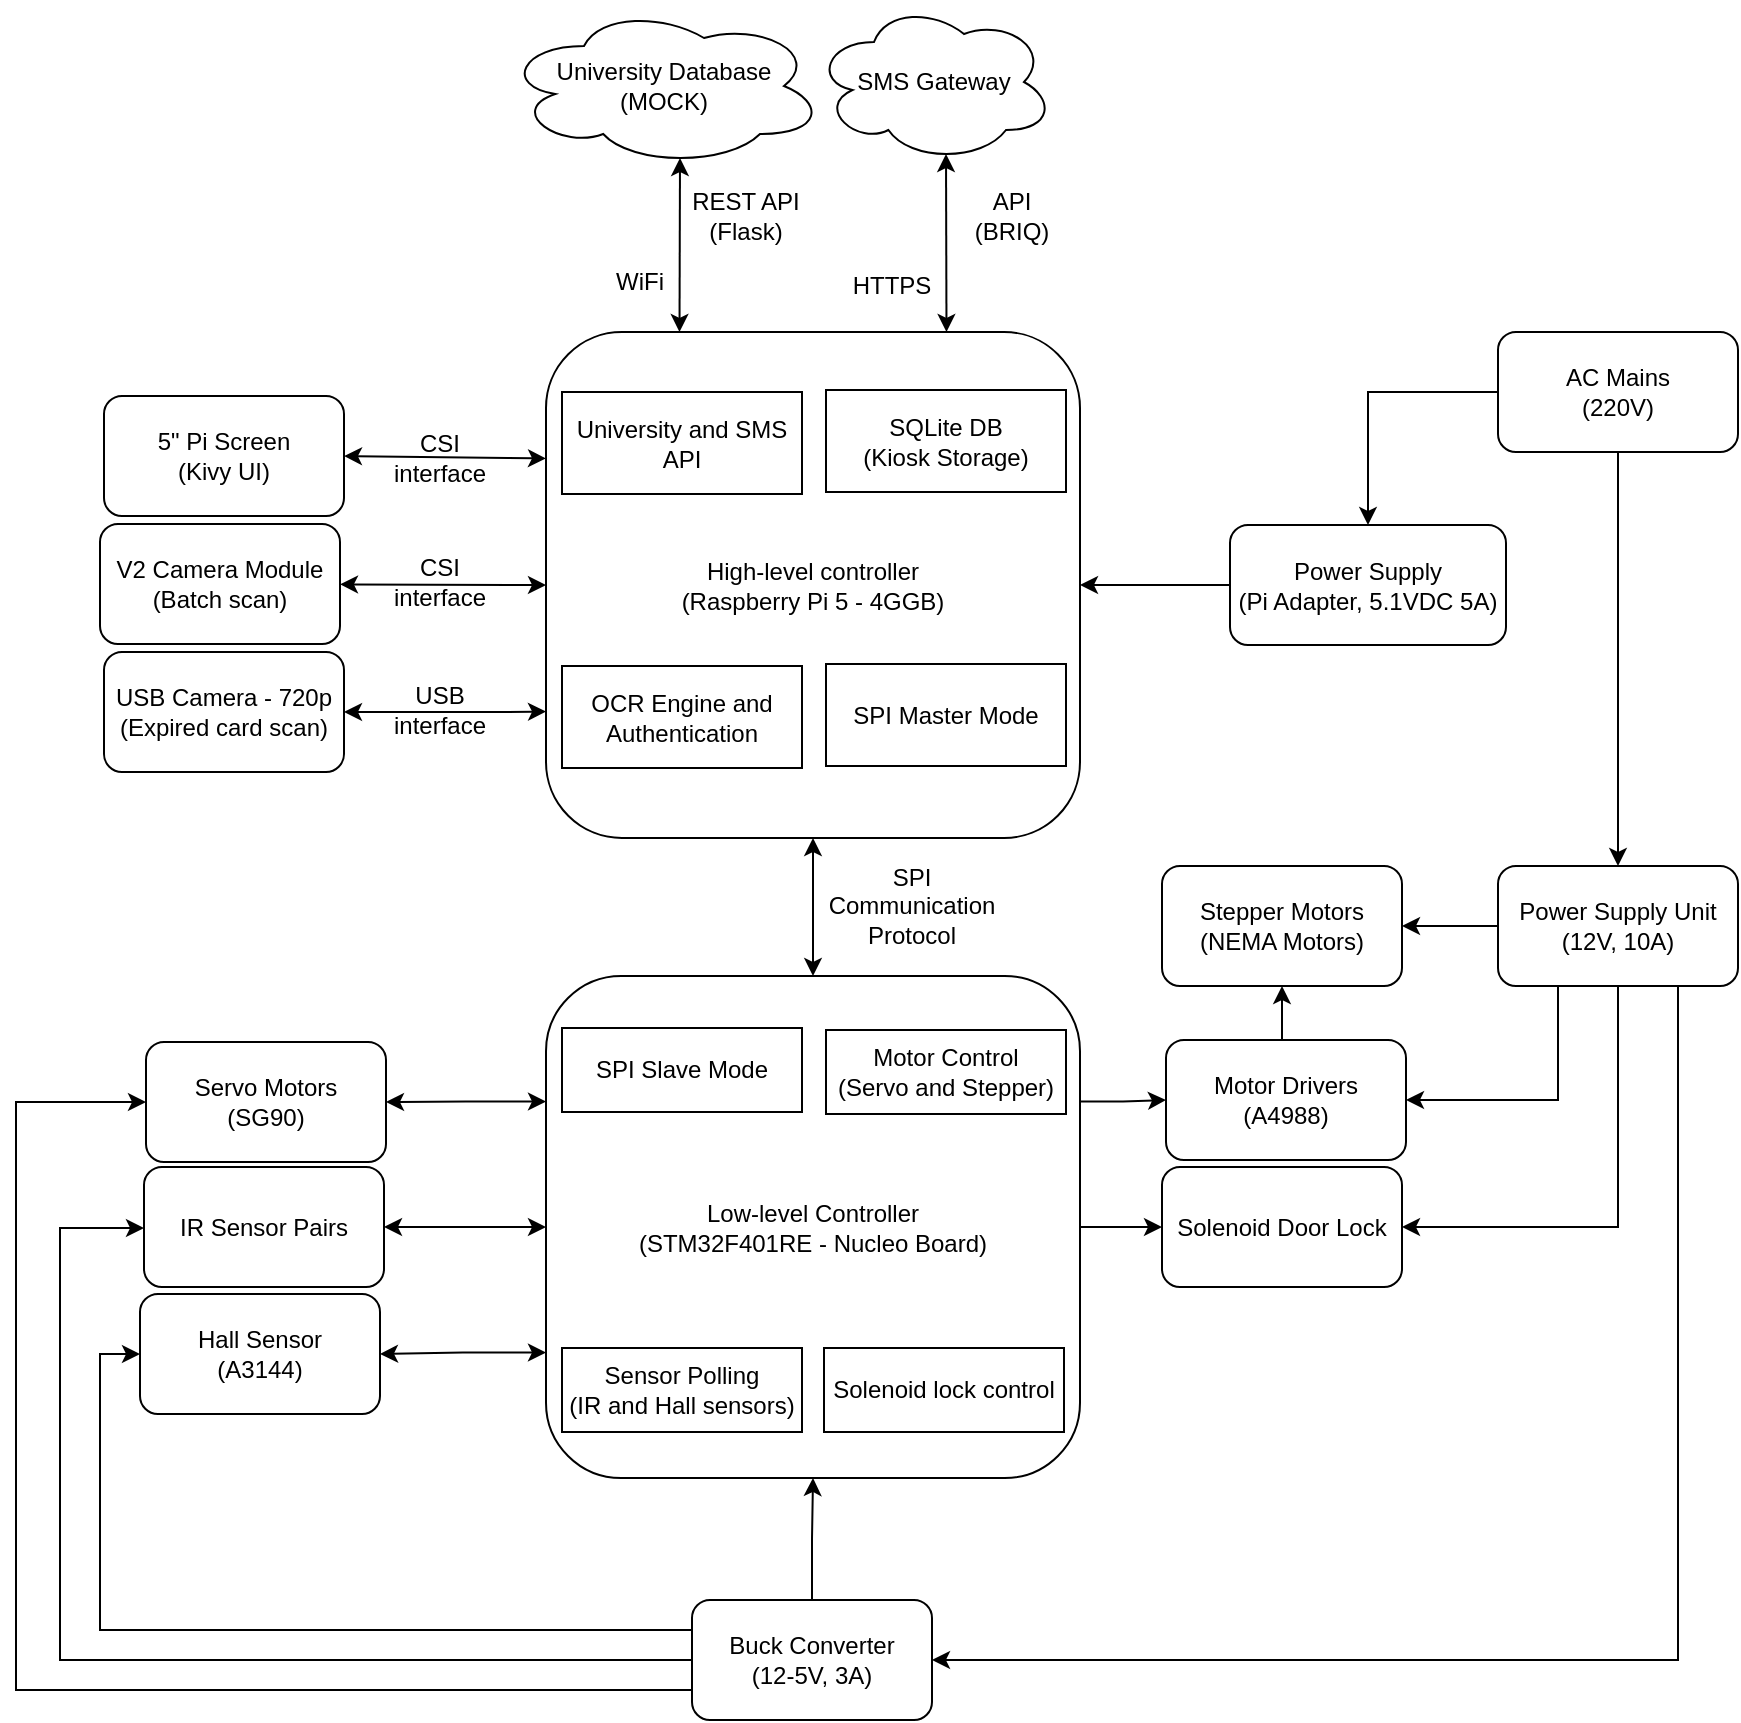
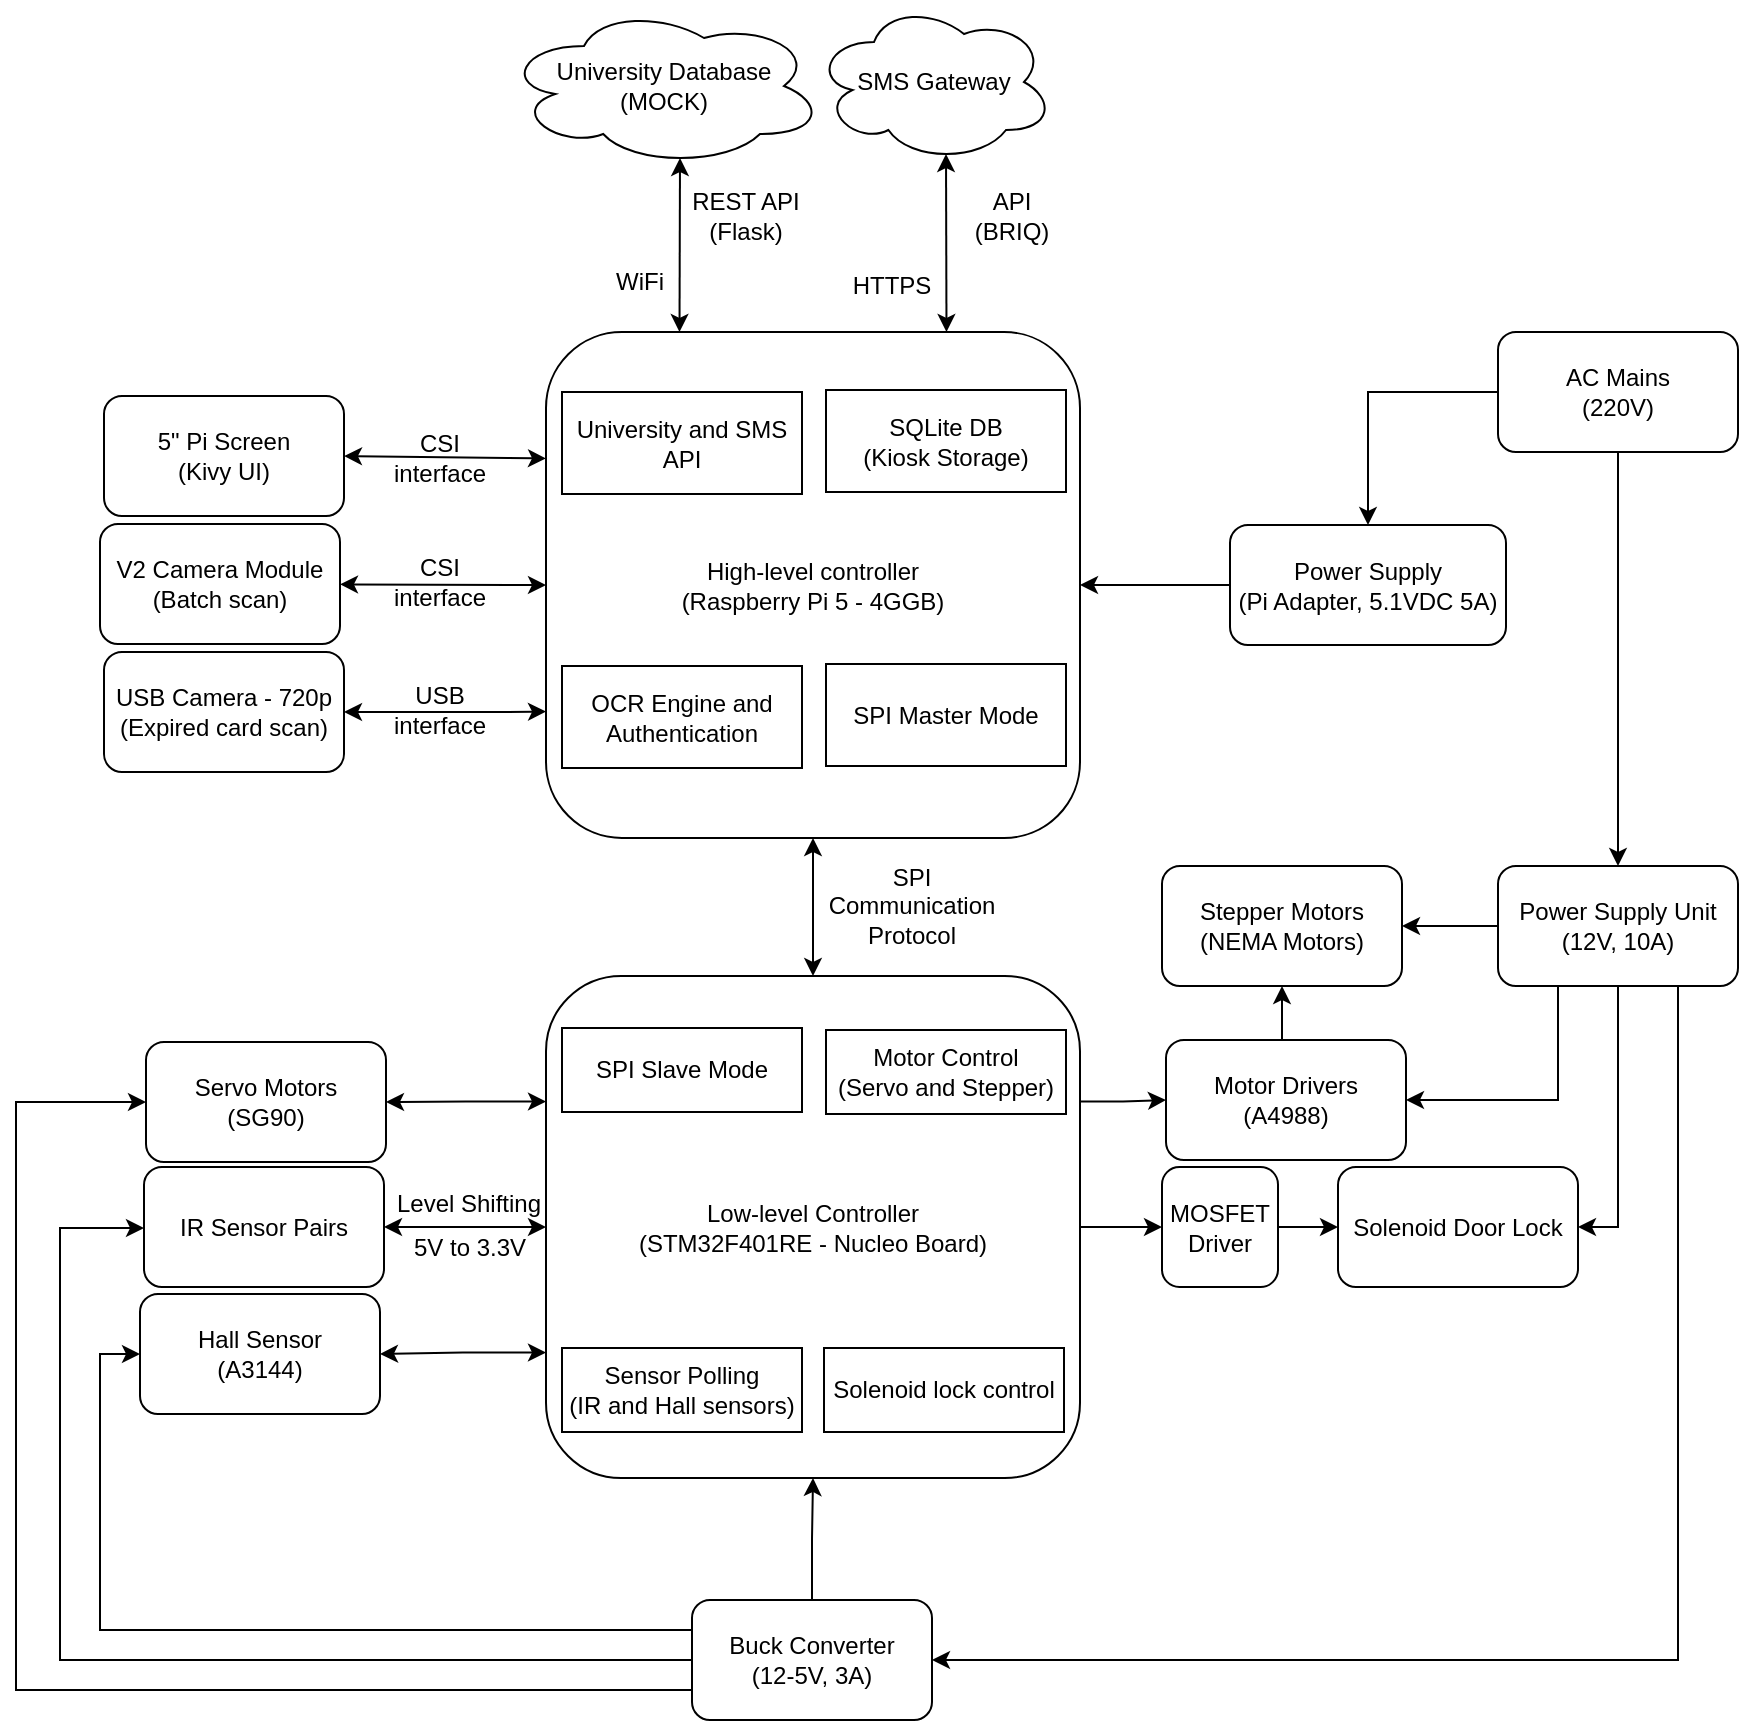
<mxfile host="app.diagrams.net" agent="Mozilla/5.0 (X11; Ubuntu; Linux x86_64; rv:149.0) Gecko/20100101 Firefox/149.0">
  <diagram name="Page-1" id="mYuc8prQHcMQJXzWvvm3">
-     <mxGraphModel dx="1563" dy="1734" grid="1" gridSize="1" guides="1" tooltips="1" connect="1" arrows="1" fold="1" page="1" pageScale="1" pageWidth="1169" pageHeight="827" math="0" shadow="0">
+     <mxGraphModel dx="1287" dy="1574" grid="1" gridSize="1" guides="1" tooltips="1" connect="1" arrows="1" fold="1" page="1" pageScale="1" pageWidth="1169" pageHeight="827" math="0" shadow="0">
      <root>
        <mxCell id="0" />
        <mxCell id="1" parent="0" />
        <mxCell id="GvGBzjtlAZ09NPVF7C73-2" parent="1" style="whiteSpace=wrap;html=1;rounded=1;align=center;" value="&lt;div align=&quot;center&quot;&gt;High-level controller&lt;br&gt;&lt;div&gt;(Raspberry Pi 5 - 4GGB)&lt;/div&gt;&lt;/div&gt;" vertex="1">
          <mxGeometry height="253" width="267" x="1001" y="-468" as="geometry" />
        </mxCell>
        <mxCell id="GvGBzjtlAZ09NPVF7C73-4" parent="1" style="ellipse;shape=cloud;whiteSpace=wrap;html=1;" value="University Database&lt;br&gt;(MOCK)" vertex="1">
          <mxGeometry height="80" width="160" x="980" y="-631" as="geometry" />
        </mxCell>
        <mxCell id="GvGBzjtlAZ09NPVF7C73-6" parent="1" style="text;html=1;whiteSpace=wrap;strokeColor=none;fillColor=none;align=center;verticalAlign=middle;rounded=0;" value="&lt;div&gt;REST API&lt;/div&gt;&lt;div&gt;(Flask)&lt;/div&gt;" vertex="1">
          <mxGeometry height="30" width="60" x="1071" y="-541" as="geometry" />
        </mxCell>
        <mxCell id="GvGBzjtlAZ09NPVF7C73-7" parent="1" style="text;html=1;whiteSpace=wrap;strokeColor=none;fillColor=none;align=center;verticalAlign=middle;rounded=0;" value="&lt;div&gt;WiFi&lt;/div&gt;" vertex="1">
          <mxGeometry height="30" width="60" x="1018" y="-508" as="geometry" />
        </mxCell>
        <mxCell id="GvGBzjtlAZ09NPVF7C73-8" parent="1" style="rounded=1;whiteSpace=wrap;html=1;" value="&lt;div&gt;5&quot; Pi Screen&lt;/div&gt;&lt;div&gt;(Kivy UI)&lt;/div&gt;" vertex="1">
          <mxGeometry height="60" width="120" x="780" y="-436" as="geometry" />
        </mxCell>
        <mxCell id="GvGBzjtlAZ09NPVF7C73-9" parent="1" style="rounded=1;whiteSpace=wrap;html=1;" value="V2 Camera Module&lt;br&gt;&lt;div&gt;(Batch scan)&lt;/div&gt;" vertex="1">
          <mxGeometry height="60" width="120" x="778" y="-372" as="geometry" />
        </mxCell>
        <mxCell id="GvGBzjtlAZ09NPVF7C73-10" parent="1" style="rounded=1;whiteSpace=wrap;html=1;" value="&lt;div&gt;USB Camera - 720p&lt;/div&gt;&lt;div&gt;(Expired card scan)&lt;/div&gt;" vertex="1">
          <mxGeometry height="60" width="120" x="780" y="-308" as="geometry" />
        </mxCell>
        <mxCell id="GvGBzjtlAZ09NPVF7C73-18" parent="1" style="text;html=1;whiteSpace=wrap;strokeColor=none;fillColor=none;align=center;verticalAlign=middle;rounded=0;" value="&lt;div&gt;USB interface&lt;/div&gt;" vertex="1">
          <mxGeometry height="30" width="60" x="918" y="-294" as="geometry" />
        </mxCell>
        <mxCell id="GvGBzjtlAZ09NPVF7C73-19" parent="1" style="text;html=1;whiteSpace=wrap;strokeColor=none;fillColor=none;align=center;verticalAlign=middle;rounded=0;" value="CSI interface" vertex="1">
          <mxGeometry height="30" width="60" x="918" y="-420" as="geometry" />
        </mxCell>
        <mxCell id="E5Vc4qlOW0jQJdsC6d3C-3" edge="1" parent="1" source="E5Vc4qlOW0jQJdsC6d3C-1" style="edgeStyle=orthogonalEdgeStyle;rounded=0;orthogonalLoop=1;jettySize=auto;html=1;exitX=0;exitY=0.5;exitDx=0;exitDy=0;entryX=1;entryY=0.5;entryDx=0;entryDy=0;" target="GvGBzjtlAZ09NPVF7C73-2">
          <mxGeometry relative="1" as="geometry" />
        </mxCell>
        <mxCell id="E5Vc4qlOW0jQJdsC6d3C-1" parent="1" style="rounded=1;whiteSpace=wrap;html=1;" value="Power Supply&lt;br&gt;(Pi Adapter, 5.1VDC 5A)" vertex="1">
          <mxGeometry height="60" width="138" x="1343" y="-371.5" as="geometry" />
        </mxCell>
        <mxCell id="E5Vc4qlOW0jQJdsC6d3C-12" edge="1" parent="1" source="GvGBzjtlAZ09NPVF7C73-9" style="endArrow=classic;startArrow=classic;html=1;rounded=0;entryX=0;entryY=0.5;entryDx=0;entryDy=0;" target="GvGBzjtlAZ09NPVF7C73-2" value="">
          <mxGeometry height="50" relative="1" width="50" as="geometry">
            <mxPoint x="965" y="-341.77272727272725" as="sourcePoint" />
            <mxPoint x="973" y="-371" as="targetPoint" />
          </mxGeometry>
        </mxCell>
        <mxCell id="E5Vc4qlOW0jQJdsC6d3C-14" edge="1" parent="1" source="GvGBzjtlAZ09NPVF7C73-8" style="endArrow=classic;startArrow=classic;html=1;rounded=0;entryX=0;entryY=0.25;entryDx=0;entryDy=0;exitX=1;exitY=0.5;exitDx=0;exitDy=0;" target="GvGBzjtlAZ09NPVF7C73-2" value="">
          <mxGeometry height="50" relative="1" width="50" as="geometry">
            <Array as="points">
              <mxPoint x="982" y="-405" />
            </Array>
            <mxPoint x="931" y="-365" as="sourcePoint" />
            <mxPoint x="981" y="-415" as="targetPoint" />
          </mxGeometry>
        </mxCell>
        <mxCell id="E5Vc4qlOW0jQJdsC6d3C-17" parent="1" style="text;html=1;whiteSpace=wrap;strokeColor=none;fillColor=none;align=center;verticalAlign=middle;rounded=0;" value="CSI interface" vertex="1">
          <mxGeometry height="30" width="60" x="918" y="-358" as="geometry" />
        </mxCell>
        <mxCell id="E5Vc4qlOW0jQJdsC6d3C-18" edge="1" parent="1" source="GvGBzjtlAZ09NPVF7C73-10" style="endArrow=classic;startArrow=classic;html=1;rounded=0;entryX=0;entryY=0.75;entryDx=0;entryDy=0;exitX=1;exitY=0.5;exitDx=0;exitDy=0;" target="GvGBzjtlAZ09NPVF7C73-2" value="">
          <mxGeometry height="50" relative="1" width="50" as="geometry">
            <Array as="points">
              <mxPoint x="981" y="-278" />
            </Array>
            <mxPoint x="911" y="-217" as="sourcePoint" />
            <mxPoint x="961" y="-267" as="targetPoint" />
          </mxGeometry>
        </mxCell>
        <mxCell id="E5Vc4qlOW0jQJdsC6d3C-19" parent="1" style="rounded=0;whiteSpace=wrap;html=1;" value="SPI Master Mode" vertex="1">
          <mxGeometry height="51" width="120" x="1141" y="-302" as="geometry" />
        </mxCell>
        <mxCell id="E5Vc4qlOW0jQJdsC6d3C-20" parent="1" style="rounded=0;whiteSpace=wrap;html=1;" value="SQLite DB&lt;br&gt;&lt;div&gt;(Kiosk Storage)&lt;/div&gt;" vertex="1">
          <mxGeometry height="51" width="120" x="1141" y="-439" as="geometry" />
        </mxCell>
        <mxCell id="E5Vc4qlOW0jQJdsC6d3C-21" parent="1" style="rounded=0;whiteSpace=wrap;html=1;" value="OCR Engine and Authentication" vertex="1">
          <mxGeometry height="51" width="120" x="1009" y="-301" as="geometry" />
        </mxCell>
        <mxCell id="E5Vc4qlOW0jQJdsC6d3C-22" parent="1" style="rounded=0;whiteSpace=wrap;html=1;" value="University and SMS API" vertex="1">
          <mxGeometry height="51" width="120" x="1009" y="-438" as="geometry" />
        </mxCell>
        <mxCell id="ub_tx6bPQbAAc2E0zEvq-35" edge="1" parent="1" source="E5Vc4qlOW0jQJdsC6d3C-23" style="edgeStyle=orthogonalEdgeStyle;rounded=0;orthogonalLoop=1;jettySize=auto;html=1;exitX=0;exitY=0.5;exitDx=0;exitDy=0;entryX=1;entryY=0.5;entryDx=0;entryDy=0;" target="ub_tx6bPQbAAc2E0zEvq-27">
          <mxGeometry relative="1" as="geometry" />
        </mxCell>
        <mxCell id="ub_tx6bPQbAAc2E0zEvq-37" edge="1" parent="1" source="E5Vc4qlOW0jQJdsC6d3C-23" style="edgeStyle=orthogonalEdgeStyle;rounded=0;orthogonalLoop=1;jettySize=auto;html=1;exitX=0.25;exitY=1;exitDx=0;exitDy=0;entryX=1;entryY=0.5;entryDx=0;entryDy=0;" target="ub_tx6bPQbAAc2E0zEvq-21">
          <mxGeometry relative="1" as="geometry" />
        </mxCell>
        <mxCell id="ub_tx6bPQbAAc2E0zEvq-39" edge="1" parent="1" source="E5Vc4qlOW0jQJdsC6d3C-23" style="edgeStyle=orthogonalEdgeStyle;rounded=0;orthogonalLoop=1;jettySize=auto;html=1;exitX=0.5;exitY=1;exitDx=0;exitDy=0;entryX=1;entryY=0.5;entryDx=0;entryDy=0;" target="ub_tx6bPQbAAc2E0zEvq-20">
          <mxGeometry relative="1" as="geometry" />
        </mxCell>
        <mxCell id="ub_tx6bPQbAAc2E0zEvq-40" edge="1" parent="1" source="E5Vc4qlOW0jQJdsC6d3C-23" style="edgeStyle=orthogonalEdgeStyle;rounded=0;orthogonalLoop=1;jettySize=auto;html=1;exitX=0.75;exitY=1;exitDx=0;exitDy=0;entryX=1;entryY=0.5;entryDx=0;entryDy=0;" target="E5Vc4qlOW0jQJdsC6d3C-24">
          <mxGeometry relative="1" as="geometry" />
        </mxCell>
        <mxCell id="E5Vc4qlOW0jQJdsC6d3C-23" parent="1" style="rounded=1;whiteSpace=wrap;html=1;" value="Power Supply Unit&lt;br&gt;&lt;div&gt;(12V, 10A)&lt;/div&gt;" vertex="1">
          <mxGeometry height="60" width="120" x="1477" y="-201" as="geometry" />
        </mxCell>
        <mxCell id="ub_tx6bPQbAAc2E0zEvq-41" edge="1" parent="1" source="E5Vc4qlOW0jQJdsC6d3C-24" style="edgeStyle=orthogonalEdgeStyle;rounded=0;orthogonalLoop=1;jettySize=auto;html=1;exitX=0.5;exitY=0;exitDx=0;exitDy=0;entryX=0.5;entryY=1;entryDx=0;entryDy=0;" target="E5Vc4qlOW0jQJdsC6d3C-26">
          <mxGeometry relative="1" as="geometry" />
        </mxCell>
        <mxCell id="E5Vc4qlOW0jQJdsC6d3C-24" parent="1" style="rounded=1;whiteSpace=wrap;html=1;" value="Buck Converter&lt;br&gt;(12-5V, 3A)" vertex="1">
          <mxGeometry height="60" width="120" x="1074" y="166" as="geometry" />
        </mxCell>
        <mxCell id="ub_tx6bPQbAAc2E0zEvq-24" edge="1" parent="1" source="E5Vc4qlOW0jQJdsC6d3C-26" style="edgeStyle=orthogonalEdgeStyle;rounded=0;orthogonalLoop=1;jettySize=auto;html=1;exitX=1;exitY=0.25;exitDx=0;exitDy=0;entryX=0;entryY=0.5;entryDx=0;entryDy=0;" target="ub_tx6bPQbAAc2E0zEvq-21">
          <mxGeometry relative="1" as="geometry" />
        </mxCell>
-         <mxCell id="ub_tx6bPQbAAc2E0zEvq-26" edge="1" parent="1" source="E5Vc4qlOW0jQJdsC6d3C-26" style="edgeStyle=orthogonalEdgeStyle;rounded=0;orthogonalLoop=1;jettySize=auto;html=1;exitX=1;exitY=0.5;exitDx=0;exitDy=0;entryX=0;entryY=0.5;entryDx=0;entryDy=0;" target="ub_tx6bPQbAAc2E0zEvq-20">
-           <mxGeometry relative="1" as="geometry" />
-         </mxCell>
        <mxCell id="ub_tx6bPQbAAc2E0zEvq-46" edge="1" parent="1" source="E5Vc4qlOW0jQJdsC6d3C-26" style="edgeStyle=orthogonalEdgeStyle;rounded=0;orthogonalLoop=1;jettySize=auto;html=1;exitX=0;exitY=0.5;exitDx=0;exitDy=0;startArrow=classic;startFill=1;" target="ub_tx6bPQbAAc2E0zEvq-32">
          <mxGeometry relative="1" as="geometry" />
        </mxCell>
        <mxCell id="ub_tx6bPQbAAc2E0zEvq-48" edge="1" parent="1" source="E5Vc4qlOW0jQJdsC6d3C-26" style="edgeStyle=orthogonalEdgeStyle;rounded=0;orthogonalLoop=1;jettySize=auto;html=1;exitX=0;exitY=0.25;exitDx=0;exitDy=0;entryX=1;entryY=0.5;entryDx=0;entryDy=0;startArrow=classic;startFill=1;" target="ub_tx6bPQbAAc2E0zEvq-30">
          <mxGeometry relative="1" as="geometry" />
        </mxCell>
        <mxCell id="ub_tx6bPQbAAc2E0zEvq-49" edge="1" parent="1" source="E5Vc4qlOW0jQJdsC6d3C-26" style="edgeStyle=orthogonalEdgeStyle;rounded=0;orthogonalLoop=1;jettySize=auto;html=1;exitX=0;exitY=0.75;exitDx=0;exitDy=0;entryX=1;entryY=0.5;entryDx=0;entryDy=0;startArrow=classic;startFill=1;" target="ub_tx6bPQbAAc2E0zEvq-31">
+           <mxGeometry relative="1" as="geometry" />
+         </mxCell>
+         <mxCell id="LeAnnW7A5j2esEQeNNGv-4" edge="1" parent="1" source="E5Vc4qlOW0jQJdsC6d3C-26" style="edgeStyle=orthogonalEdgeStyle;rounded=0;orthogonalLoop=1;jettySize=auto;html=1;exitX=1;exitY=0.5;exitDx=0;exitDy=0;entryX=0;entryY=0.5;entryDx=0;entryDy=0;" target="LeAnnW7A5j2esEQeNNGv-3">
          <mxGeometry relative="1" as="geometry" />
        </mxCell>
        <mxCell id="E5Vc4qlOW0jQJdsC6d3C-26" parent="1" style="rounded=1;whiteSpace=wrap;html=1;" value="&lt;div&gt;Low-level Controller&lt;/div&gt;(STM32F401RE - Nucleo Board)" vertex="1">
          <mxGeometry height="251" width="267" x="1001" y="-146" as="geometry" />
        </mxCell>
        <mxCell id="E5Vc4qlOW0jQJdsC6d3C-27" edge="1" parent="1" source="E5Vc4qlOW0jQJdsC6d3C-26" style="endArrow=classic;startArrow=classic;html=1;rounded=0;entryX=0.5;entryY=1;entryDx=0;entryDy=0;exitX=0.5;exitY=0;exitDx=0;exitDy=0;" target="GvGBzjtlAZ09NPVF7C73-2" value="">
          <mxGeometry height="50" relative="1" width="50" as="geometry">
            <mxPoint x="1068" y="-158" as="sourcePoint" />
            <mxPoint x="1118" y="-208" as="targetPoint" />
          </mxGeometry>
        </mxCell>
        <mxCell id="E5Vc4qlOW0jQJdsC6d3C-28" parent="1" style="text;html=1;whiteSpace=wrap;strokeColor=none;fillColor=none;align=center;verticalAlign=middle;rounded=0;" value="&lt;div&gt;SPI Communication&lt;/div&gt;&lt;div&gt;Protocol&lt;/div&gt;" vertex="1">
          <mxGeometry height="48" width="88" x="1140" y="-205" as="geometry" />
        </mxCell>
        <mxCell id="ub_tx6bPQbAAc2E0zEvq-1" parent="1" style="ellipse;shape=cloud;whiteSpace=wrap;html=1;" value="&lt;div&gt;SMS Gateway&lt;/div&gt;" vertex="1">
          <mxGeometry height="80" width="120" x="1135" y="-633" as="geometry" />
        </mxCell>
        <mxCell id="ub_tx6bPQbAAc2E0zEvq-6" edge="1" parent="1" source="GvGBzjtlAZ09NPVF7C73-2" style="endArrow=classic;startArrow=classic;html=1;rounded=0;entryX=0.55;entryY=0.95;entryDx=0;entryDy=0;entryPerimeter=0;exitX=0.25;exitY=0;exitDx=0;exitDy=0;" target="GvGBzjtlAZ09NPVF7C73-4" value="">
          <mxGeometry height="50" relative="1" width="50" as="geometry">
            <mxPoint x="1015" y="-454" as="sourcePoint" />
            <mxPoint x="1065" y="-504" as="targetPoint" />
          </mxGeometry>
        </mxCell>
        <mxCell id="ub_tx6bPQbAAc2E0zEvq-7" edge="1" parent="1" source="GvGBzjtlAZ09NPVF7C73-2" style="endArrow=classic;startArrow=classic;html=1;rounded=0;entryX=0.55;entryY=0.95;entryDx=0;entryDy=0;entryPerimeter=0;exitX=0.75;exitY=0;exitDx=0;exitDy=0;" target="ub_tx6bPQbAAc2E0zEvq-1" value="">
          <mxGeometry height="50" relative="1" width="50" as="geometry">
            <mxPoint x="1258" y="-436" as="sourcePoint" />
            <mxPoint x="1258" y="-523" as="targetPoint" />
          </mxGeometry>
        </mxCell>
        <mxCell id="ub_tx6bPQbAAc2E0zEvq-8" parent="1" style="text;html=1;whiteSpace=wrap;strokeColor=none;fillColor=none;align=center;verticalAlign=middle;rounded=0;" value="&lt;div&gt;API&lt;/div&gt;&lt;div&gt;(BRIQ)&lt;/div&gt;" vertex="1">
          <mxGeometry height="30" width="60" x="1204" y="-541" as="geometry" />
        </mxCell>
        <mxCell id="ub_tx6bPQbAAc2E0zEvq-33" edge="1" parent="1" source="ub_tx6bPQbAAc2E0zEvq-10" style="edgeStyle=orthogonalEdgeStyle;rounded=0;orthogonalLoop=1;jettySize=auto;html=1;exitX=0.5;exitY=1;exitDx=0;exitDy=0;entryX=0.5;entryY=0;entryDx=0;entryDy=0;" target="E5Vc4qlOW0jQJdsC6d3C-23">
          <mxGeometry relative="1" as="geometry" />
        </mxCell>
        <mxCell id="ub_tx6bPQbAAc2E0zEvq-34" edge="1" parent="1" source="ub_tx6bPQbAAc2E0zEvq-10" style="edgeStyle=orthogonalEdgeStyle;rounded=0;orthogonalLoop=1;jettySize=auto;html=1;exitX=0;exitY=0.5;exitDx=0;exitDy=0;" target="E5Vc4qlOW0jQJdsC6d3C-1">
          <mxGeometry relative="1" as="geometry" />
        </mxCell>
        <mxCell id="ub_tx6bPQbAAc2E0zEvq-10" parent="1" style="rounded=1;whiteSpace=wrap;html=1;" value="&lt;div&gt;AC Mains&lt;/div&gt;&lt;div&gt;(220V)&lt;/div&gt;" vertex="1">
          <mxGeometry height="60" width="120" x="1477" y="-468" as="geometry" />
        </mxCell>
        <mxCell id="ub_tx6bPQbAAc2E0zEvq-13" parent="1" style="text;html=1;whiteSpace=wrap;strokeColor=none;fillColor=none;align=center;verticalAlign=middle;rounded=0;" value="HTTPS" vertex="1">
          <mxGeometry height="30" width="60" x="1144" y="-506" as="geometry" />
        </mxCell>
        <mxCell id="ub_tx6bPQbAAc2E0zEvq-14" parent="1" style="rounded=0;whiteSpace=wrap;html=1;" value="Motor Control&lt;br&gt;(Servo and Stepper)" vertex="1">
          <mxGeometry height="42" width="120" x="1141" y="-119" as="geometry" />
        </mxCell>
        <mxCell id="ub_tx6bPQbAAc2E0zEvq-15" parent="1" style="rounded=0;whiteSpace=wrap;html=1;" value="SPI Slave Mode" vertex="1">
          <mxGeometry height="42" width="120" x="1009" y="-120" as="geometry" />
        </mxCell>
        <mxCell id="ub_tx6bPQbAAc2E0zEvq-16" parent="1" style="rounded=0;whiteSpace=wrap;html=1;" value="&lt;div&gt;Sensor Polling&lt;/div&gt;&lt;div&gt;(IR and Hall sensors)&lt;/div&gt;" vertex="1">
          <mxGeometry height="42" width="120" x="1009" y="40" as="geometry" />
        </mxCell>
        <mxCell id="ub_tx6bPQbAAc2E0zEvq-17" parent="1" style="rounded=0;whiteSpace=wrap;html=1;" value="Solenoid lock control" vertex="1">
          <mxGeometry height="42" width="120" x="1140" y="40" as="geometry" />
        </mxCell>
        <mxCell id="ub_tx6bPQbAAc2E0zEvq-20" parent="1" style="rounded=1;whiteSpace=wrap;html=1;" value="Solenoid Door Lock" vertex="1">
-           <mxGeometry height="60" width="120" x="1309" y="-50.5" as="geometry" />
+           <mxGeometry height="60" width="120" x="1397" y="-50.5" as="geometry" />
        </mxCell>
        <mxCell id="ub_tx6bPQbAAc2E0zEvq-29" edge="1" parent="1" source="ub_tx6bPQbAAc2E0zEvq-21" style="edgeStyle=orthogonalEdgeStyle;rounded=0;orthogonalLoop=1;jettySize=auto;html=1;exitX=0.5;exitY=0;exitDx=0;exitDy=0;entryX=0.5;entryY=1;entryDx=0;entryDy=0;" target="ub_tx6bPQbAAc2E0zEvq-27">
          <mxGeometry relative="1" as="geometry" />
        </mxCell>
        <mxCell id="ub_tx6bPQbAAc2E0zEvq-21" parent="1" style="rounded=1;whiteSpace=wrap;html=1;" value="&lt;div&gt;Motor Drivers&lt;/div&gt;&lt;div&gt;(A4988)&lt;/div&gt;" vertex="1">
          <mxGeometry height="60" width="120" x="1311" y="-114" as="geometry" />
        </mxCell>
        <mxCell id="ub_tx6bPQbAAc2E0zEvq-27" parent="1" style="rounded=1;whiteSpace=wrap;html=1;" value="&lt;div&gt;Stepper Motors&lt;/div&gt;&lt;div&gt;(NEMA Motors)&lt;/div&gt;" vertex="1">
          <mxGeometry height="60" width="120" x="1309" y="-201" as="geometry" />
        </mxCell>
        <mxCell id="ub_tx6bPQbAAc2E0zEvq-45" edge="1" parent="1" source="E5Vc4qlOW0jQJdsC6d3C-24" style="edgeStyle=orthogonalEdgeStyle;rounded=0;orthogonalLoop=1;jettySize=auto;html=1;exitX=0;exitY=0.75;exitDx=0;exitDy=0;entryX=0;entryY=0.5;entryDx=0;entryDy=0;" target="ub_tx6bPQbAAc2E0zEvq-30">
          <mxGeometry relative="1" as="geometry">
            <Array as="points">
              <mxPoint x="736" y="211" />
              <mxPoint x="736" y="-83" />
            </Array>
          </mxGeometry>
        </mxCell>
        <mxCell id="ub_tx6bPQbAAc2E0zEvq-30" parent="1" style="rounded=1;whiteSpace=wrap;html=1;" value="Servo Motors&lt;br&gt;(SG90)" vertex="1">
          <mxGeometry height="60" width="120" x="801" y="-113" as="geometry" />
        </mxCell>
        <mxCell id="ub_tx6bPQbAAc2E0zEvq-43" edge="1" parent="1" source="E5Vc4qlOW0jQJdsC6d3C-24" style="edgeStyle=orthogonalEdgeStyle;rounded=0;orthogonalLoop=1;jettySize=auto;html=1;exitX=0;exitY=0.25;exitDx=0;exitDy=0;entryX=0;entryY=0.5;entryDx=0;entryDy=0;" target="ub_tx6bPQbAAc2E0zEvq-31">
          <mxGeometry relative="1" as="geometry" />
        </mxCell>
        <mxCell id="ub_tx6bPQbAAc2E0zEvq-31" parent="1" style="rounded=1;whiteSpace=wrap;html=1;" value="Hall Sensor&lt;br&gt;(A3144)" vertex="1">
          <mxGeometry height="60" width="120" x="798" y="13" as="geometry" />
        </mxCell>
        <mxCell id="ub_tx6bPQbAAc2E0zEvq-44" edge="1" parent="1" source="E5Vc4qlOW0jQJdsC6d3C-24" style="edgeStyle=orthogonalEdgeStyle;rounded=0;orthogonalLoop=1;jettySize=auto;html=1;exitX=0;exitY=0.5;exitDx=0;exitDy=0;entryX=0;entryY=0.5;entryDx=0;entryDy=0;" target="ub_tx6bPQbAAc2E0zEvq-32">
          <mxGeometry relative="1" as="geometry">
            <Array as="points">
              <mxPoint x="758" y="196" />
              <mxPoint x="758" y="-20" />
              <mxPoint x="800" y="-20" />
            </Array>
          </mxGeometry>
        </mxCell>
        <mxCell id="ub_tx6bPQbAAc2E0zEvq-32" parent="1" style="rounded=1;whiteSpace=wrap;html=1;" value="IR Sensor Pairs" vertex="1">
          <mxGeometry height="60" width="120" x="800" y="-50.5" as="geometry" />
+         </mxCell>
+         <mxCell id="LeAnnW7A5j2esEQeNNGv-1" parent="1" style="text;html=1;whiteSpace=wrap;strokeColor=none;fillColor=none;align=center;verticalAlign=middle;rounded=0;" value="Level Shifting" vertex="1">
+           <mxGeometry height="30" width="85" x="920" y="-47" as="geometry" />
+         </mxCell>
+         <mxCell id="LeAnnW7A5j2esEQeNNGv-2" parent="1" style="text;html=1;whiteSpace=wrap;strokeColor=none;fillColor=none;align=center;verticalAlign=middle;rounded=0;" value="5V to 3.3V" vertex="1">
+           <mxGeometry height="30" width="60" x="932.5" y="-25" as="geometry" />
+         </mxCell>
+         <mxCell id="LeAnnW7A5j2esEQeNNGv-5" edge="1" parent="1" source="LeAnnW7A5j2esEQeNNGv-3" style="edgeStyle=orthogonalEdgeStyle;rounded=0;orthogonalLoop=1;jettySize=auto;html=1;exitX=1;exitY=0.5;exitDx=0;exitDy=0;" target="ub_tx6bPQbAAc2E0zEvq-20">
+           <mxGeometry relative="1" as="geometry" />
+         </mxCell>
+         <mxCell id="LeAnnW7A5j2esEQeNNGv-3" parent="1" style="rounded=1;whiteSpace=wrap;html=1;" value="MOSFET Driver" vertex="1">
+           <mxGeometry height="60" width="58" x="1309" y="-50.5" as="geometry" />
        </mxCell>
      </root>
    </mxGraphModel>
  </diagram>
</mxfile>
